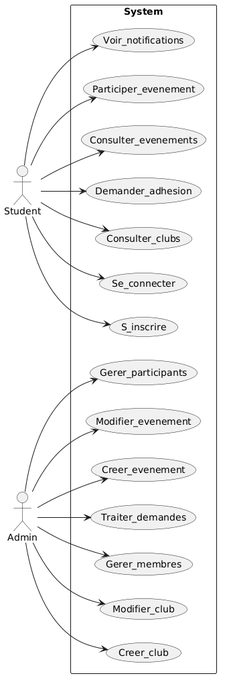
This is docs/diags/DiagUseCase.png from wale-eddine/University-Club-Manager, a PlantUML export, as it was before one commit.
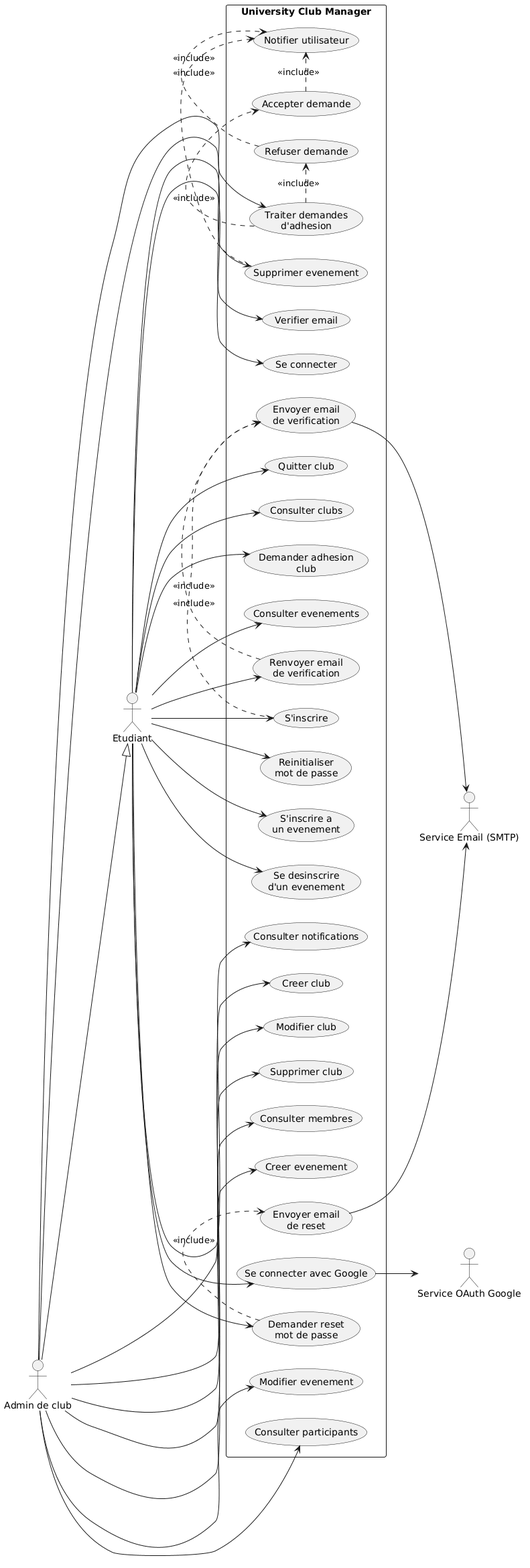
After the change.

Commit message:
docs: Add and update complete UML documentation suite

What changed in the source:
```diff
@@ -1,42 +1,88 @@
 @startuml
 left to right direction
+skinparam packageStyle rectangle
 
-actor Student
-actor Admin
+actor "Etudiant" as Student
+actor "Admin de club" as ClubAdmin
+actor "Service OAuth Google" as GoogleOAuth
+actor "Service Email (SMTP)" as MailService
 
-rectangle System {
+ClubAdmin --|> Student
 
-usecase UC1 as "S_inscrire"
-usecase UC2 as "Se_connecter"
-usecase UC3 as "Consulter_clubs"
-usecase UC4 as "Demander_adhesion"
-usecase UC5 as "Consulter_evenements"
-usecase UC6 as "Participer_evenement"
-usecase UC7 as "Voir_notifications"
+rectangle "University Club Manager" {
+  usecase "S'inscrire" as UC_Register
+  usecase "Verifier email" as UC_VerifyEmail
+  usecase "Renvoyer email\nde verification" as UC_ResendVerification
+  usecase "Se connecter" as UC_Login
+  usecase "Se connecter avec Google" as UC_GoogleLogin
+  usecase "Demander reset\nmot de passe" as UC_ForgotPwd
+  usecase "Reinitialiser\nmot de passe" as UC_ResetPwd
 
-usecase UC8 as "Creer_club"
-usecase UC9 as "Modifier_club"
-usecase UC10 as "Gerer_membres"
-usecase UC11 as "Traiter_demandes"
-usecase UC12 as "Creer_evenement"
-usecase UC13 as "Modifier_evenement"
-usecase UC14 as "Gerer_participants"
+  usecase "Consulter clubs" as UC_ViewClubs
+  usecase "Demander adhesion\nclub" as UC_RequestJoin
+  usecase "Quitter club" as UC_LeaveClub
 
-Student --> UC1
-Student --> UC2
-Student --> UC3
-Student --> UC4
-Student --> UC5
-Student --> UC6
-Student --> UC7
+  usecase "Consulter evenements" as UC_ViewEvents
+  usecase "S'inscrire a\nun evenement" as UC_JoinEvent
+  usecase "Se desinscrire\nd'un evenement" as UC_LeaveEvent
 
-Admin --> UC8
-Admin --> UC9
-Admin --> UC10
-Admin --> UC11
-Admin --> UC12
-Admin --> UC13
-Admin --> UC14
+  usecase "Consulter notifications" as UC_ViewNotifications
 
+  usecase "Creer club" as UC_CreateClub
+  usecase "Modifier club" as UC_EditClub
+  usecase "Supprimer club" as UC_DeleteClub
+  usecase "Consulter membres" as UC_ViewMembers
+
+  usecase "Traiter demandes\nd'adhesion" as UC_ManageRequests
+  usecase "Accepter demande" as UC_AcceptRequest
+  usecase "Refuser demande" as UC_RejectRequest
+
+  usecase "Creer evenement" as UC_CreateEvent
+  usecase "Modifier evenement" as UC_EditEvent
+  usecase "Supprimer evenement" as UC_DeleteEvent
+  usecase "Consulter participants" as UC_ViewParticipants
+
+  usecase "Envoyer email\nde verification" as UC_SendVerificationEmail
+  usecase "Envoyer email\nde reset" as UC_SendResetEmail
+  usecase "Notifier utilisateur" as UC_NotifyUser
 }
+
+Student --> UC_Register
+Student --> UC_VerifyEmail
+Student --> UC_ResendVerification
+Student --> UC_Login
+Student --> UC_GoogleLogin
+Student --> UC_ForgotPwd
+Student --> UC_ResetPwd
+Student --> UC_ViewClubs
+Student --> UC_RequestJoin
+Student --> UC_LeaveClub
+Student --> UC_ViewEvents
+Student --> UC_JoinEvent
+Student --> UC_LeaveEvent
+Student --> UC_ViewNotifications
+
+ClubAdmin --> UC_CreateClub
+ClubAdmin --> UC_EditClub
+ClubAdmin --> UC_DeleteClub
+ClubAdmin --> UC_ViewMembers
+ClubAdmin --> UC_ManageRequests
+ClubAdmin --> UC_CreateEvent
+ClubAdmin --> UC_EditEvent
+ClubAdmin --> UC_DeleteEvent
+ClubAdmin --> UC_ViewParticipants
+
+UC_Register .> UC_SendVerificationEmail : <<include>>
+UC_ResendVerification .> UC_SendVerificationEmail : <<include>>
+UC_ForgotPwd .> UC_SendResetEmail : <<include>>
+
+UC_ManageRequests .> UC_AcceptRequest : <<include>>
+UC_ManageRequests .> UC_RejectRequest : <<include>>
+UC_AcceptRequest .> UC_NotifyUser : <<include>>
+UC_RejectRequest .> UC_NotifyUser : <<include>>
+UC_DeleteEvent .> UC_NotifyUser : <<include>>
+
+UC_GoogleLogin --> GoogleOAuth
+UC_SendVerificationEmail --> MailService
+UC_SendResetEmail --> MailService
 @enduml
```
